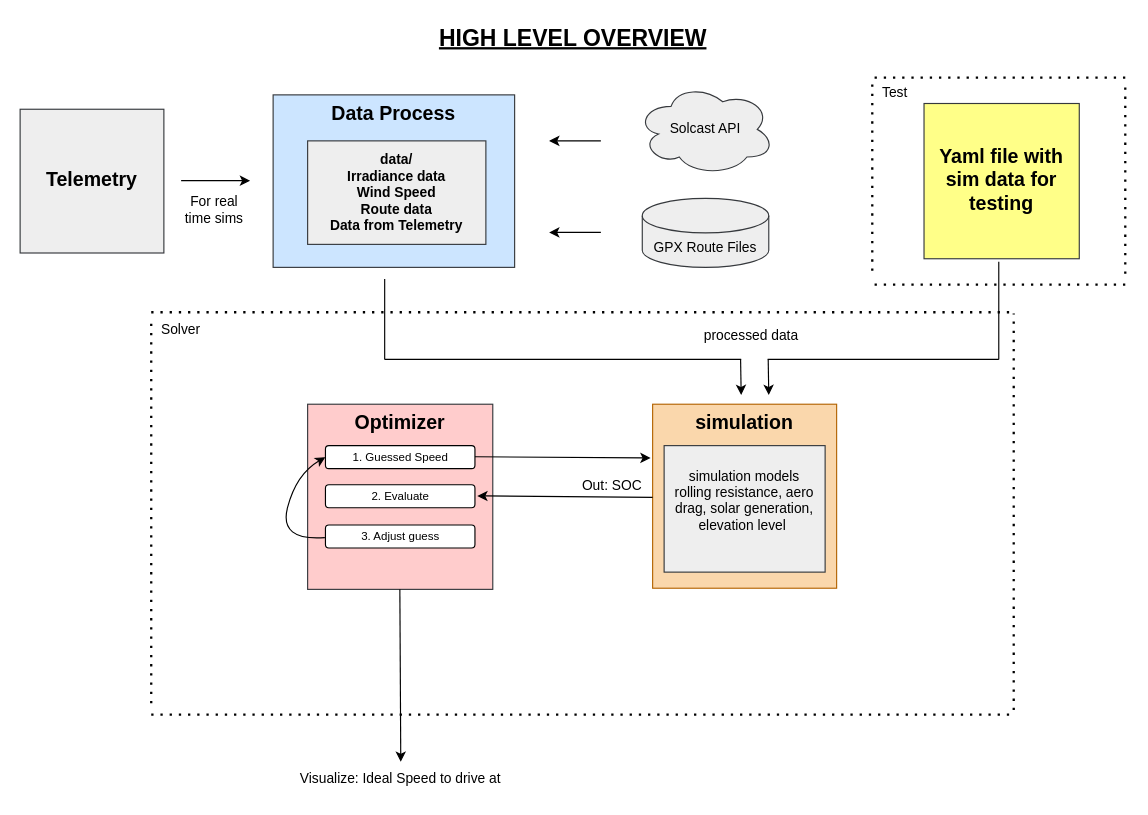
Before: docs/architecture.drawio in uw-midsun/fwxvi_strategy, a draw.io diagram. Source tidied: cells renumbered, new cells numbered last; positions are measured from the earlier drawing's top-left corner, leaving out a move shared by most shapes. Both pictures are drawn from the tidied source at 115%, with x=0, y=0 at pixel (20, 20).
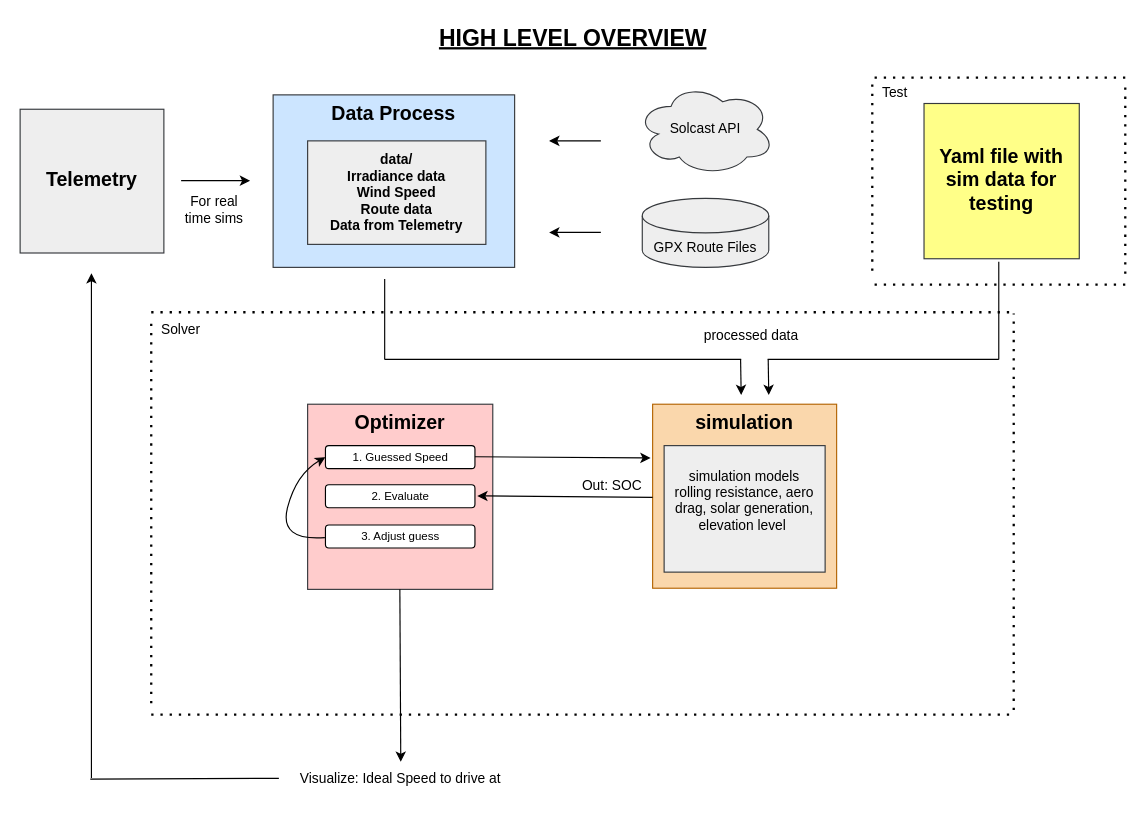
The same diagram, later.

The edit, as a diff of the source:
```diff
@@
+    <mxCell id="42" style="endArrow=none;html=1;" parent="1" edge="1">
+      <mxGeometry relative="1" as="geometry">
+        <mxPoint x="61" y="660" as="sourcePoint" />
+        <mxPoint x="225" y="659.3" as="targetPoint" />
+      </mxGeometry>
+    </mxCell>
+    <mxCell id="43" style="endArrow=classic;html=1;" parent="1" edge="1">
+      <mxGeometry relative="1" as="geometry">
+        <mxPoint x="62" y="659" as="sourcePoint" />
+        <mxPoint x="62" y="220" as="targetPoint" />
+      </mxGeometry>
+    </mxCell>
```
